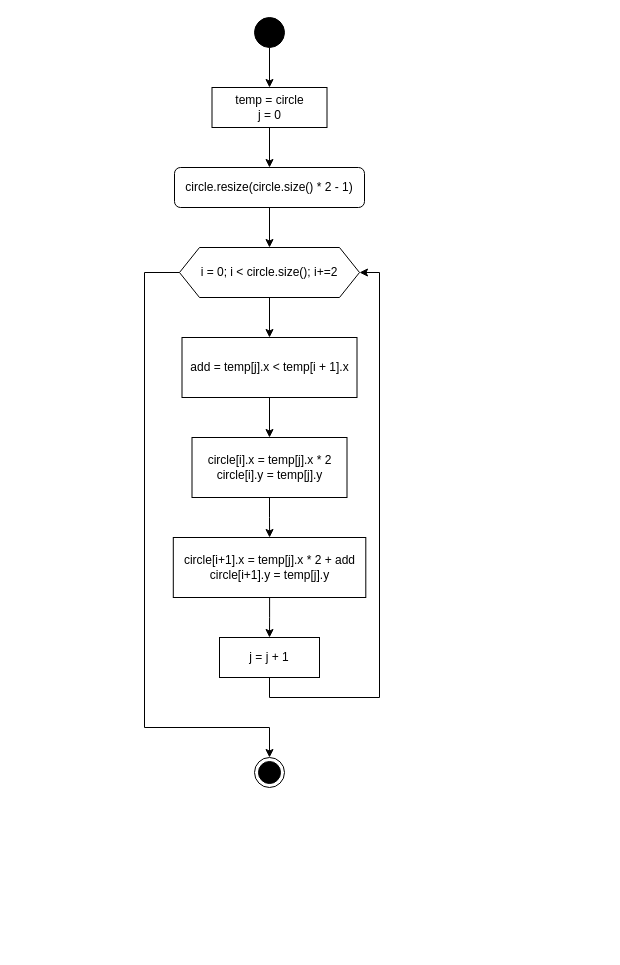
Before: diagrams/math/Coordinate_update.drawio in Myhajl-o/Terminal_Clock, a draw.io diagram. Source tidied: cells renumbered, new cells numbered last; positions are measured from the earlier drawing's top-left corner, leaving out a move shared by most shapes. Both pictures are drawn from the tidied source at 100%, with x=0, y=0 at pixel (144, 17).
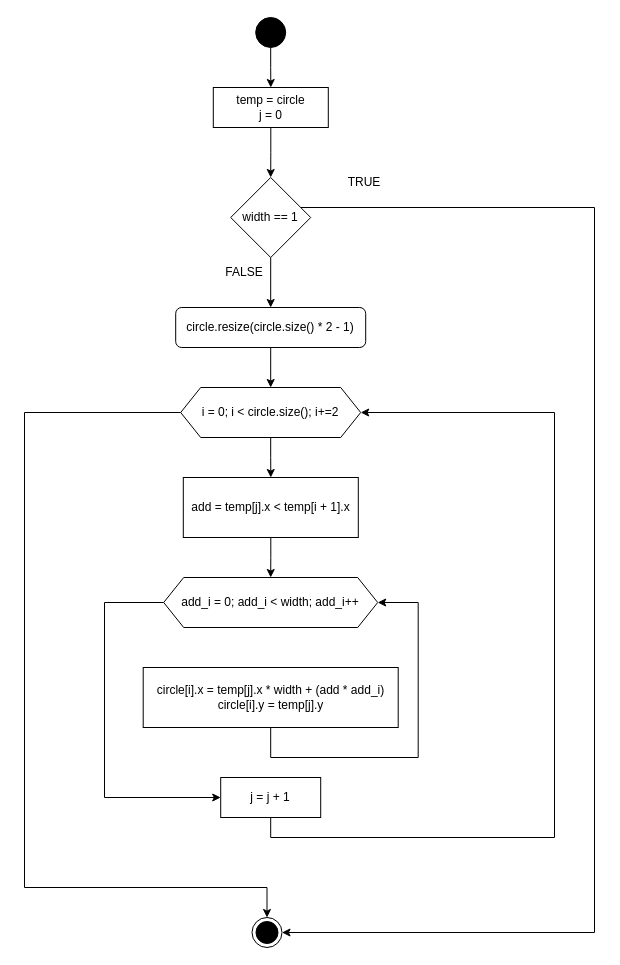
The same page after the edit.

Diff of the diagram source:
```diff
@@
     <mxCell id="3" style="ellipse;fillColor=strokeColor;html=1;" parent="1" vertex="1">
-      <mxGeometry x="110" width="30" height="30" as="geometry" />
+      <mxGeometry x="111.2" width="30" height="30" as="geometry" />
     </mxCell>
-    <mxCell id="4" style="edgeStyle=orthogonalEdgeStyle;rounded=0;jettySize=auto;html=1;" parent="1" edge="1" source="5" target="7">
-      <mxGeometry relative="1" as="geometry" />
-    </mxCell>
+    <mxCell id="20" style="edgeStyle=orthogonalEdgeStyle;rounded=0;jettySize=auto;html=1;entryX=0.5;entryY=0;entryDx=0;entryDy=0;" parent="1" edge="1" source="5" target="25">
+      <mxGeometry relative="1" as="geometry" />
+    </mxCell>
     <mxCell id="5" value="&lt;div&gt;temp = circle&lt;/div&gt;&lt;div&gt;j = 0&lt;/div&gt;" style="rounded=0;whiteSpace=wrap;html=1;" parent="1" vertex="1">
-      <mxGeometry x="67.5" y="70" width="115" height="40" as="geometry" />
+      <mxGeometry x="68.8" y="70" width="115" height="40" as="geometry" />
     </mxCell>
@@
     <mxCell id="7" value="circle.resize(circle.size() * 2 - 1)" style="rounded=1;whiteSpace=wrap;html=1;" parent="1" vertex="1">
-      <mxGeometry x="30" y="150" width="190" height="40" as="geometry" />
+      <mxGeometry x="31.2" y="290" width="190" height="40" as="geometry" />
     </mxCell>
@@
     <mxCell id="9" style="edgeStyle=orthogonalEdgeStyle;rounded=0;jettySize=auto;html=1;entryX=0.5;entryY=0;entryDx=0;entryDy=0;" parent="1" edge="1" source="10" target="19">
       <mxGeometry relative="1" as="geometry">
         <Array as="points">
-          <mxPoint y="255" />
-          <mxPoint y="710" />
-          <mxPoint x="125" y="710" />
+          <mxPoint x="-120" y="395.1" />
+          <mxPoint x="-120" y="870" />
+          <mxPoint x="122.5" y="870" />
         </Array>
       </mxGeometry>
     </mxCell>
     <mxCell id="10" value="i = 0; i &amp;lt; circle.size(); i+=2" style="shape=hexagon;perimeter=hexagonPerimeter2;whiteSpace=wrap;html=1;shapeInside=1;fixedSize=1;" parent="1" vertex="1">
-      <mxGeometry x="35" y="230" width="180" height="50" as="geometry" />
+      <mxGeometry x="36.2" y="370" width="180" height="50" as="geometry" />
     </mxCell>
-    <mxCell id="11" style="edgeStyle=orthogonalEdgeStyle;rounded=0;jettySize=auto;html=1;" parent="1" edge="1" source="12" target="14">
-      <mxGeometry relative="1" as="geometry" />
-    </mxCell>
+    <mxCell id="21" style="edgeStyle=orthogonalEdgeStyle;rounded=0;jettySize=auto;html=1;entryX=0.5;entryY=0;entryDx=0;entryDy=0;" parent="1" edge="1" source="12" target="29">
+      <mxGeometry relative="1" as="geometry" />
+    </mxCell>
     <mxCell id="12" value="add = temp[j].x &amp;lt; temp[i + 1].x" style="rounded=0;whiteSpace=wrap;html=1;" parent="1" vertex="1">
-      <mxGeometry x="37.5" y="320" width="175" height="60" as="geometry" />
+      <mxGeometry x="38.8" y="460" width="175" height="60" as="geometry" />
     </mxCell>
-    <mxCell id="13" style="edgeStyle=orthogonalEdgeStyle;rounded=0;jettySize=auto;html=1;" parent="1" edge="1" source="14" target="16">
-      <mxGeometry relative="1" as="geometry" />
-    </mxCell>
+    <mxCell id="22" style="edgeStyle=orthogonalEdgeStyle;rounded=0;jettySize=auto;html=1;entryX=1;entryY=0.5;entryDx=0;entryDy=0;" parent="1" edge="1" source="14" target="29">
+      <mxGeometry relative="1" as="geometry">
+        <Array as="points">
+          <mxPoint x="126.2" y="740" />
+          <mxPoint x="273.7" y="740" />
+          <mxPoint x="273.7" y="585" />
+        </Array>
+      </mxGeometry>
+    </mxCell>
-    <mxCell id="14" value="&lt;div&gt;circle[i].x = temp[j].x * 2&lt;/div&gt;&lt;div&gt;circle[i].y = temp[j].y&lt;/div&gt;" style="rounded=0;whiteSpace=wrap;html=1;" parent="1" vertex="1">
-      <mxGeometry x="47.5" y="420" width="155" height="60" as="geometry" />
+    <mxCell id="14" value="&lt;div&gt;circle[i].x = temp[j].x * width + (add * add_i)&lt;/div&gt;&lt;div&gt;circle[i].y = temp[j].y&lt;/div&gt;" style="rounded=0;whiteSpace=wrap;html=1;" parent="1" vertex="1">
+      <mxGeometry x="-1.3" y="650" width="255" height="60" as="geometry" />
     </mxCell>
-    <mxCell id="15" style="edgeStyle=orthogonalEdgeStyle;rounded=0;jettySize=auto;html=1;entryX=0.5;entryY=0;entryDx=0;entryDy=0;" parent="1" edge="1" source="16" target="18">
-      <mxGeometry relative="1" as="geometry" />
-    </mxCell>
-    <mxCell id="16" value="&lt;div&gt;circle[i+1].x = temp[j].x * 2 + add&lt;/div&gt;&lt;div&gt;circle[i+1].y = temp[j].y&lt;/div&gt;" style="rounded=0;whiteSpace=wrap;html=1;" parent="1" vertex="1">
-      <mxGeometry x="28.8" y="520" width="192.5" height="60" as="geometry" />
-    </mxCell>
     <mxCell id="17" style="edgeStyle=orthogonalEdgeStyle;rounded=0;jettySize=auto;html=1;entryX=1;entryY=0.5;entryDx=0;entryDy=0;" parent="1" edge="1" source="18" target="10">
       <mxGeometry relative="1" as="geometry">
         <Array as="points">
-          <mxPoint x="125" y="680" />
-          <mxPoint x="235" y="680" />
-          <mxPoint x="235" y="255" />
+          <mxPoint x="126.4" y="820" />
+          <mxPoint x="410" y="820" />
+          <mxPoint x="410" y="395.1" />
         </Array>
       </mxGeometry>
     </mxCell>
     <mxCell id="18" value="j = j + 1" style="rounded=0;whiteSpace=wrap;html=1;" parent="1" vertex="1">
-      <mxGeometry x="75" y="620" width="100" height="40" as="geometry" />
+      <mxGeometry x="76.2" y="760" width="100" height="40" as="geometry" />
     </mxCell>
     <mxCell id="19" style="ellipse;html=1;shape=endState;fillColor=strokeColor;" parent="1" vertex="1">
-      <mxGeometry x="110" y="740" width="30" height="30" as="geometry" />
+      <mxGeometry x="107.5" y="900" width="30" height="30" as="geometry" />
     </mxCell>
+    <mxCell id="23" style="edgeStyle=orthogonalEdgeStyle;rounded=0;jettySize=auto;html=1;entryX=1;entryY=0.5;entryDx=0;entryDy=0;" parent="1" edge="1" source="25" target="19">
+      <mxGeometry relative="1" as="geometry">
+        <Array as="points">
+          <mxPoint x="450" y="190" />
+          <mxPoint x="450" y="914.9" />
+        </Array>
+      </mxGeometry>
+    </mxCell>
+    <mxCell id="24" style="edgeStyle=orthogonalEdgeStyle;rounded=0;jettySize=auto;html=1;entryX=0.5;entryY=0;entryDx=0;entryDy=0;" parent="1" edge="1" source="25" target="7">
+      <mxGeometry relative="1" as="geometry" />
+    </mxCell>
+    <mxCell id="25" value="width == 1" style="rhombus;whiteSpace=wrap;html=1;shapeInside=1;" parent="1" vertex="1">
+      <mxGeometry x="86.2" y="160" width="80" height="80" as="geometry" />
+    </mxCell>
+    <mxCell id="26" value="TRUE" style="text;html=1;whiteSpace=wrap;strokeColor=none;fillColor=none;align=center;verticalAlign=middle;rounded=0;" parent="1" vertex="1">
+      <mxGeometry x="190" y="150" width="60" height="30" as="geometry" />
+    </mxCell>
+    <mxCell id="27" value="FALSE" style="text;html=1;whiteSpace=wrap;strokeColor=none;fillColor=none;align=center;verticalAlign=middle;rounded=0;" parent="1" vertex="1">
+      <mxGeometry x="70" y="240" width="60" height="30" as="geometry" />
+    </mxCell>
+    <mxCell id="28" style="edgeStyle=orthogonalEdgeStyle;rounded=0;jettySize=auto;html=1;entryX=0;entryY=0.5;entryDx=0;entryDy=0;" parent="1" edge="1" source="29" target="18">
+      <mxGeometry relative="1" as="geometry">
+        <Array as="points">
+          <mxPoint x="-40" y="585" />
+          <mxPoint x="-40" y="780" />
+        </Array>
+      </mxGeometry>
+    </mxCell>
+    <mxCell id="29" value="add_i = 0; add_i &amp;lt; width; add_i++" style="shape=hexagon;perimeter=hexagonPerimeter2;whiteSpace=wrap;html=1;shapeInside=1;fixedSize=1;" parent="1" vertex="1">
+      <mxGeometry x="19.2" y="560" width="214" height="50" as="geometry" />
+    </mxCell>
```
